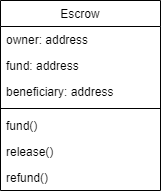
Earlier version of the draw.io export solidity-in-easy-steps/v2-class-diagram.png (EwetoyeIbrahim/static_assets). Source tidied: cells renumbered, new cells last; positions are measured from the earlier drawing's top-left corner, leaving out a move shared by most shapes.
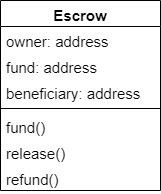
The same diagram one commit later.

Diff of the diagram source:
```diff
@@ -2,28 +2,28 @@
   <root>
     <mxCell id="0" />
     <mxCell id="1" parent="0" />
-    <mxCell id="2" value="Escrow" style="swimlane;fontStyle=0;align=center;verticalAlign=top;horizontal=1;startSize=26;rounded=0;shadow=0;strokeWidth=1;" parent="1" vertex="1">
+    <mxCell id="2" value="Escrow" style="swimlane;fontStyle=1;align=center;verticalAlign=top;horizontal=1;startSize=26;rounded=0;shadow=0;strokeWidth=1;fontSize=15;" parent="1" vertex="1">
       <mxGeometry width="160" height="190" as="geometry" />
     </mxCell>
-    <mxCell id="3" value="owner: address" style="text;align=left;verticalAlign=top;spacingLeft=4;spacingRight=4;overflow=hidden;" parent="2" vertex="1">
+    <mxCell id="3" value="owner: address" style="text;align=left;verticalAlign=top;spacingLeft=4;spacingRight=4;overflow=hidden;fontSize=15;" parent="2" vertex="1">
       <mxGeometry y="26" width="160" height="26" as="geometry" />
     </mxCell>
-    <mxCell id="4" value="fund: address" style="text;align=left;verticalAlign=top;spacingLeft=4;spacingRight=4;overflow=hidden;rounded=0;shadow=0;html=0;" parent="2" vertex="1">
+    <mxCell id="4" value="fund: address" style="text;align=left;verticalAlign=top;spacingLeft=4;spacingRight=4;overflow=hidden;rounded=0;shadow=0;html=0;fontSize=15;" parent="2" vertex="1">
       <mxGeometry y="52" width="160" height="26" as="geometry" />
     </mxCell>
-    <mxCell id="5" value="beneficiary: address" style="text;align=left;verticalAlign=top;spacingLeft=4;spacingRight=4;overflow=hidden;fontStyle=0;" parent="2" vertex="1">
+    <mxCell id="5" value="beneficiary: address" style="text;align=left;verticalAlign=top;spacingLeft=4;spacingRight=4;overflow=hidden;fontStyle=0;fontSize=15;" parent="2" vertex="1">
       <mxGeometry y="78" width="160" height="26" as="geometry" />
     </mxCell>
-    <mxCell id="6" style="line;html=1;strokeWidth=1;align=left;verticalAlign=middle;spacingTop=-1;spacingLeft=3;spacingRight=3;labelPosition=right;" parent="2" vertex="1">
+    <mxCell id="6" style="line;html=1;strokeWidth=1;align=left;verticalAlign=middle;spacingTop=-1;spacingLeft=3;spacingRight=3;labelPosition=right;fontSize=15;" parent="2" vertex="1">
       <mxGeometry y="104" width="160" height="8" as="geometry" />
     </mxCell>
-    <mxCell id="7" value="fund()" style="text;align=left;verticalAlign=top;spacingLeft=4;spacingRight=4;overflow=hidden;rounded=0;shadow=0;html=0;" parent="2" vertex="1">
+    <mxCell id="7" value="fund()" style="text;align=left;verticalAlign=top;spacingLeft=4;spacingRight=4;overflow=hidden;rounded=0;shadow=0;html=0;fontSize=15;" parent="2" vertex="1">
       <mxGeometry y="112" width="160" height="26" as="geometry" />
     </mxCell>
-    <mxCell id="8" value="release()" style="text;align=left;verticalAlign=top;spacingLeft=4;spacingRight=4;overflow=hidden;" parent="2" vertex="1">
+    <mxCell id="8" value="release()" style="text;align=left;verticalAlign=top;spacingLeft=4;spacingRight=4;overflow=hidden;fontSize=15;" parent="2" vertex="1">
       <mxGeometry y="138" width="160" height="26" as="geometry" />
     </mxCell>
-    <mxCell id="9" value="refund()" style="text;align=left;verticalAlign=top;spacingLeft=4;spacingRight=4;overflow=hidden;fontStyle=0;" parent="2" vertex="1">
+    <mxCell id="9" value="refund()" style="text;align=left;verticalAlign=top;spacingLeft=4;spacingRight=4;overflow=hidden;fontStyle=0;fontSize=15;" parent="2" vertex="1">
       <mxGeometry y="164" width="160" height="26" as="geometry" />
     </mxCell>
   </root>
```
